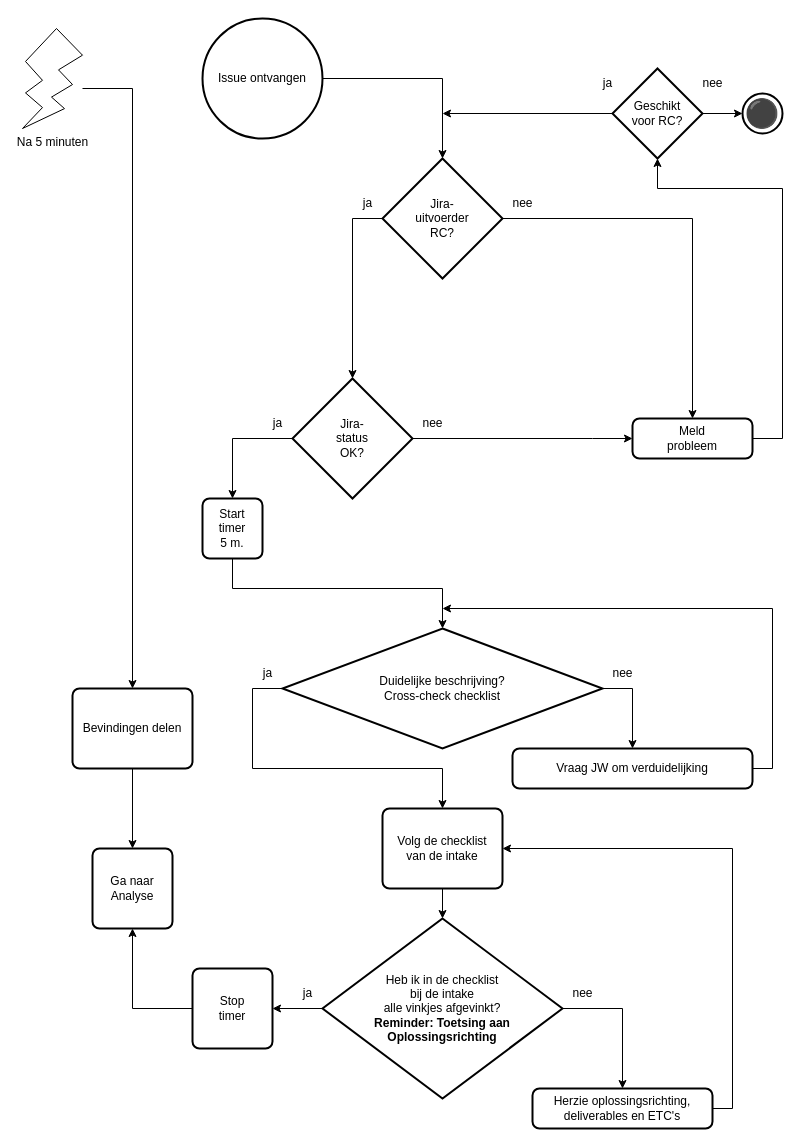
The draw.io diagram 1 Issue Tracker intake.drawio in Zaibatsu89/IssueTracker, before the edit. Source tidied: cells renumbered, new cells numbered last; positions are measured from the earlier drawing's top-left corner, leaving out a move shared by most shapes. Both pictures are drawn from the tidied source at 100%, with x=0, y=0 at pixel (22, 18).
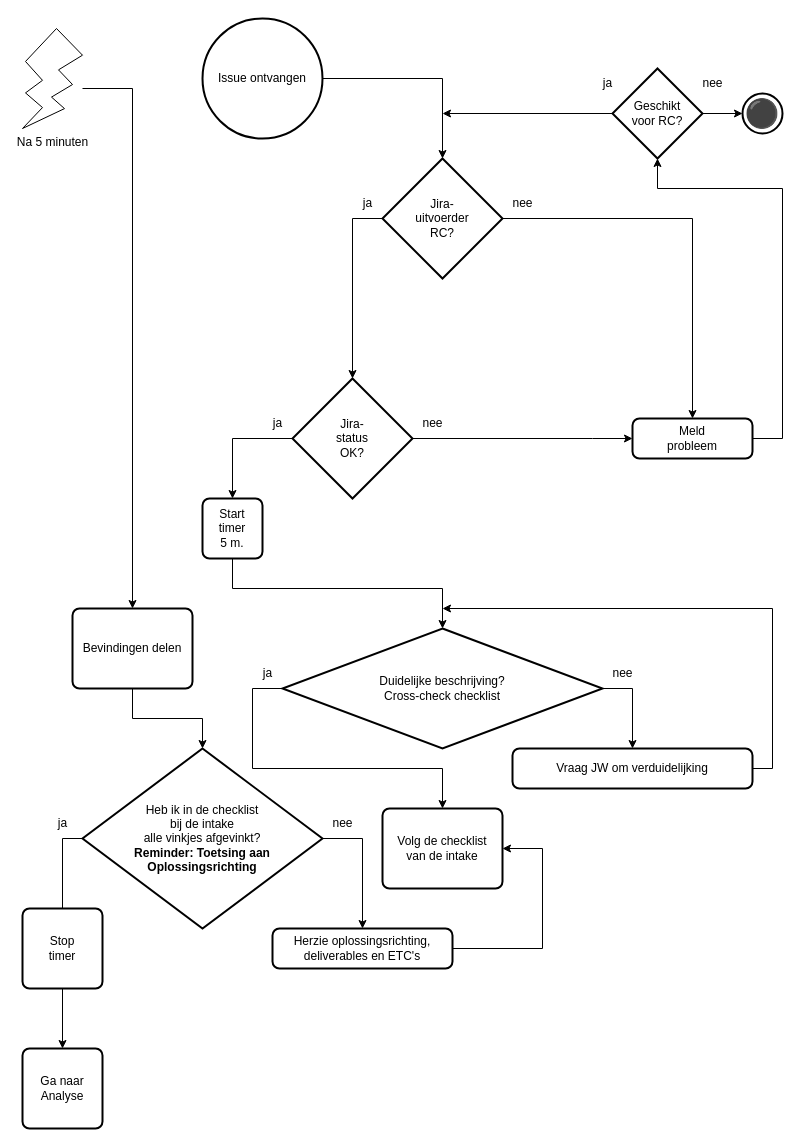
The same page after the edit.

Commit message (it also covers changes not shown here):
Verplaats "Heb ik in de checklist bij de intake alle vinkjes afgevinkt?" van "Volg de checklist van de intake" naar "Bevindingen delen" in flowcharts

Unchanged cells that the change refers to:
```xml
<mxCell id="11" value="Volg de checklist&lt;br&gt;van de intake" style="rounded=1;whiteSpace=wrap;html=1;absoluteArcSize=1;arcSize=14;strokeWidth=2;" parent="1" vertex="1">
  <mxGeometry x="360" y="790" width="120" height="80" as="geometry" />
</mxCell>
```

Change to the diagram source:
```diff
@@
     <mxCell id="9" value="Bevindingen delen" style="rounded=1;whiteSpace=wrap;html=1;absoluteArcSize=1;arcSize=14;strokeWidth=2;" parent="1" vertex="1">
-      <mxGeometry x="50" y="670" width="120" height="80" as="geometry" />
+      <mxGeometry x="50" y="590" width="120" height="80" as="geometry" />
     </mxCell>
@@
-    <mxCell id="14" style="edgeStyle=orthogonalEdgeStyle;rounded=0;jettySize=auto;html=1;exitX=0.5;exitY=1;exitDx=0;exitDy=0;entryX=0.5;entryY=0;entryDx=0;entryDy=0;" parent="1" edge="1" source="9" target="30">
-      <mxGeometry relative="1" as="geometry" />
-    </mxCell>
@@
-    <mxCell id="16" style="edgeStyle=orthogonalEdgeStyle;rounded=0;jettySize=auto;html=1;exitX=0;exitY=0.5;exitDx=0;exitDy=0;exitPerimeter=0;entryX=1;entryY=0.5;entryDx=0;entryDy=0;" parent="1" edge="1" source="17" target="37">
-      <mxGeometry relative="1" as="geometry" />
+    <mxCell id="16" style="edgeStyle=orthogonalEdgeStyle;rounded=0;jettySize=auto;html=1;entryX=0.5;entryY=0;entryDx=0;entryDy=0;exitX=0;exitY=0.5;exitDx=0;exitDy=0;exitPerimeter=0;" parent="1" edge="1" source="17" target="37">
+      <mxGeometry relative="1" as="geometry">
+        <Array as="points">
+          <mxPoint x="40" y="900" />
+          <mxPoint x="40" y="1000" />
+        </Array>
+      </mxGeometry>
     </mxCell>
     <mxCell id="17" value="Heb ik in de checklist&lt;br&gt;bij de intake&lt;br&gt;alle vinkjes afgevinkt?&lt;br&gt;&lt;b&gt;Reminder: Toetsing aan Oplossingsrichting&lt;/b&gt;" style="strokeWidth=2;html=1;shape=mxgraph.flowchart.decision;whiteSpace=wrap;" parent="1" vertex="1">
-      <mxGeometry x="300" y="900" width="240" height="180" as="geometry" />
+      <mxGeometry x="60" y="730" width="240" height="180" as="geometry" />
     </mxCell>
-    <mxCell id="18" style="edgeStyle=orthogonalEdgeStyle;rounded=0;jettySize=auto;html=1;exitX=0.5;exitY=1;exitDx=0;exitDy=0;entryX=0.5;entryY=0;entryDx=0;entryDy=0;entryPerimeter=0;" parent="1" edge="1" source="11" target="17">
-      <mxGeometry relative="1" as="geometry" />
-    </mxCell>
     <mxCell id="19" value="ja" style="text;html=1;align=center;verticalAlign=middle;strokeColor=none;fillColor=none;" parent="1" vertex="1">
-      <mxGeometry x="270" y="960" width="30" height="30" as="geometry" />
+      <mxGeometry x="25" y="790" width="30" height="30" as="geometry" />
     </mxCell>
     <mxCell id="20" style="edgeStyle=orthogonalEdgeStyle;rounded=0;jettySize=auto;html=1;exitX=1;exitY=0.5;exitDx=0;exitDy=0;entryX=1;entryY=0.5;entryDx=0;entryDy=0;" parent="1" edge="1" source="21" target="11">
       <mxGeometry relative="1" as="geometry">
         <Array as="points">
-          <mxPoint x="710" y="1090" />
-          <mxPoint x="710" y="830" />
+          <mxPoint x="520" y="930" />
+          <mxPoint x="520" y="830" />
         </Array>
       </mxGeometry>
     </mxCell>
     <mxCell id="21" value="Herzie oplossingsrichting,&lt;br&gt;deliverables en ETC's" style="rounded=1;whiteSpace=wrap;html=1;absoluteArcSize=1;arcSize=14;strokeWidth=2;" parent="1" vertex="1">
-      <mxGeometry x="510" y="1070" width="180" height="40" as="geometry" />
+      <mxGeometry x="250" y="910" width="180" height="40" as="geometry" />
     </mxCell>
     <mxCell id="22" value="nee" style="text;html=1;align=center;verticalAlign=middle;strokeColor=none;fillColor=none;" parent="1" vertex="1">
-      <mxGeometry x="540" y="960" width="40" height="30" as="geometry" />
+      <mxGeometry x="300" y="790" width="40" height="30" as="geometry" />
     </mxCell>
@@
     <mxCell id="30" value="Ga naar&lt;br&gt;Analyse" style="rounded=1;whiteSpace=wrap;html=1;absoluteArcSize=1;arcSize=14;strokeWidth=2;" parent="1" vertex="1">
-      <mxGeometry x="70" y="830" width="80" height="80" as="geometry" />
+      <mxGeometry y="1030" width="80" height="80" as="geometry" />
     </mxCell>
@@
-    <mxCell id="36" style="edgeStyle=orthogonalEdgeStyle;rounded=0;jettySize=auto;html=1;exitX=0;exitY=0.5;exitDx=0;exitDy=0;entryX=0.5;entryY=1;entryDx=0;entryDy=0;" parent="1" edge="1" source="37" target="30">
+    <mxCell id="36" style="edgeStyle=orthogonalEdgeStyle;rounded=0;jettySize=auto;html=1;exitX=0.5;exitY=1;exitDx=0;exitDy=0;entryX=0.5;entryY=0;entryDx=0;entryDy=0;" parent="1" edge="1" source="37" target="30">
       <mxGeometry relative="1" as="geometry" />
     </mxCell>
     <mxCell id="37" value="Stop&lt;br&gt;timer" style="rounded=1;whiteSpace=wrap;html=1;absoluteArcSize=1;arcSize=14;strokeWidth=2;" parent="1" vertex="1">
-      <mxGeometry x="170" y="950" width="80" height="80" as="geometry" />
+      <mxGeometry y="890" width="80" height="80" as="geometry" />
     </mxCell>
@@
+    <mxCell id="48" style="edgeStyle=orthogonalEdgeStyle;rounded=0;jettySize=auto;html=1;entryX=0.5;entryY=0;entryDx=0;entryDy=0;entryPerimeter=0;" parent="1" edge="1" source="9" target="17">
+      <mxGeometry relative="1" as="geometry" />
+    </mxCell>
```
